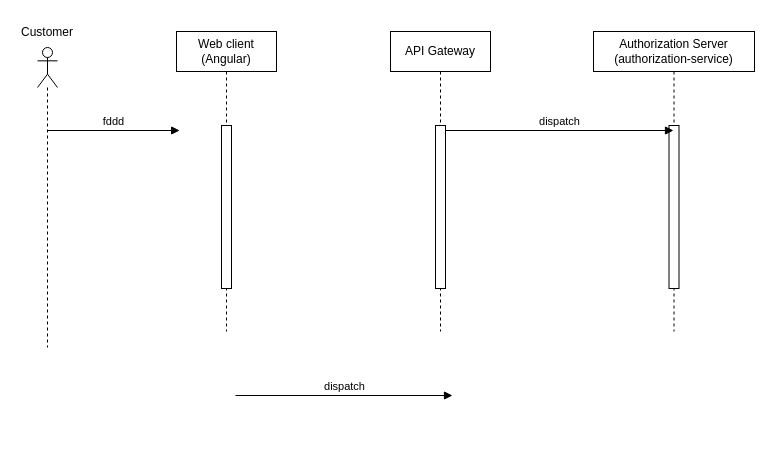
Above: page "authentication-sequence-diagram" (1 of 4) of docs/diagrams/app-diagrams.drawio in inkwell-store/inkwell-store (draw.io), before the change. Source tidied: cells renumbered, new cells numbered last; positions are measured from the earlier drawing's top-left corner, leaving out a move shared by most shapes. Both pictures are drawn from the tidied source at 100%, with x=0, y=0 at pixel (17, 17).
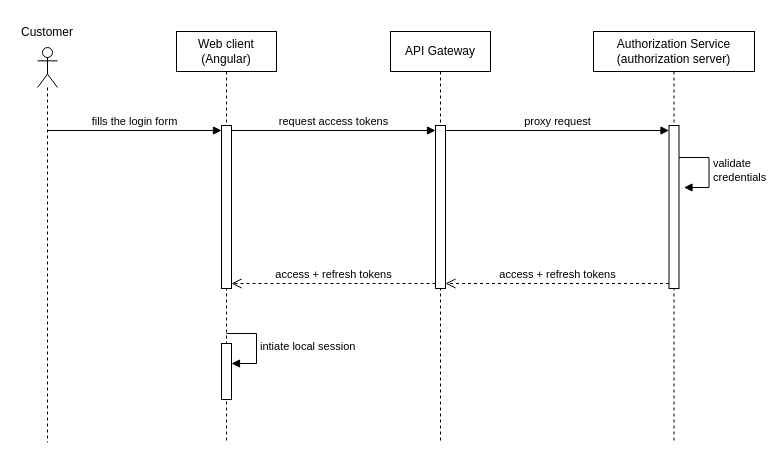
The same page after the edit.

Unchanged cells that the change refers to:
```xml
<mxCell id="4" style="html=1;points=[[0,0,0,0,5],[0,1,0,0,-5],[1,0,0,0,5],[1,1,0,0,-5]];perimeter=orthogonalPerimeter;outlineConnect=0;targetShapes=umlLifeline;portConstraint=eastwest;newEdgeStyle={&quot;curved&quot;:0,&quot;rounded&quot;:0};" parent="3" vertex="1">
  <mxGeometry x="45" y="94" width="10" height="163" as="geometry" />
</mxCell>
<mxCell id="6" style="html=1;points=[[0,0,0,0,5],[0,1,0,0,-5],[1,0,0,0,5],[1,1,0,0,-5]];perimeter=orthogonalPerimeter;outlineConnect=0;targetShapes=umlLifeline;portConstraint=eastwest;newEdgeStyle={&quot;curved&quot;:0,&quot;rounded&quot;:0};" parent="5" vertex="1">
  <mxGeometry x="45" y="94" width="10" height="163" as="geometry" />
</mxCell>
<mxCell id="8" style="html=1;points=[[0,0,0,0,5],[0,1,0,0,-5],[1,0,0,0,5],[1,1,0,0,-5]];perimeter=orthogonalPerimeter;outlineConnect=0;targetShapes=umlLifeline;portConstraint=eastwest;newEdgeStyle={&quot;curved&quot;:0,&quot;rounded&quot;:0};" parent="7" vertex="1">
  <mxGeometry x="75.5" y="94" width="10" height="163" as="geometry" />
</mxCell>
```

What changed in the source:
```diff
@@
     <mxCell id="2" style="shape=umlLifeline;perimeter=lifelinePerimeter;whiteSpace=wrap;html=1;outlineConnect=0;portConstraint=eastwest;newEdgeStyle={&quot;curved&quot;:0,&quot;rounded&quot;:0};participant=umlActor;" parent="1" vertex="1">
-      <mxGeometry x="20" y="30" width="20" height="300" as="geometry" />
+      <mxGeometry x="20" y="30" width="20" height="395" as="geometry" />
     </mxCell>
     <mxCell id="3" value="Web&lt;span style=&quot;background-color: transparent; color: light-dark(rgb(0, 0, 0), rgb(255, 255, 255));&quot;&gt;&amp;nbsp;client&lt;/span&gt;&lt;div&gt;(Angular)&lt;/div&gt;" style="shape=umlLifeline;perimeter=lifelinePerimeter;whiteSpace=wrap;html=1;newEdgeStyle={&quot;curved&quot;:0,&quot;rounded&quot;:0};" parent="1" vertex="1">
-      <mxGeometry x="159" y="14" width="100" height="300" as="geometry" />
+      <mxGeometry x="159" y="14" width="100" height="411" as="geometry" />
     </mxCell>
@@
+    <mxCell id="13" style="html=1;perimeter=orthogonalPerimeter;targetShapes=umlLifeline;newEdgeStyle={&quot;curved&quot;:0,&quot;rounded&quot;:0};" parent="3" vertex="1">
+      <mxGeometry x="45" y="312" width="10" height="56" as="geometry" />
+    </mxCell>
+    <mxCell id="14" value="intiate local session" style="html=1;align=left;spacingLeft=2;endArrow=block;rounded=0;edgeStyle=orthogonalEdgeStyle;curved=0;rounded=0;" parent="3" edge="1">
+      <mxGeometry relative="1" as="geometry">
+        <mxPoint x="50" y="302" as="sourcePoint" />
+        <mxPoint x="55" y="332" as="targetPoint" />
+        <Array as="points">
+          <mxPoint x="80" y="332" />
+        </Array>
+      </mxGeometry>
+    </mxCell>
     <mxCell id="5" value="API Gateway" style="shape=umlLifeline;perimeter=lifelinePerimeter;whiteSpace=wrap;html=1;newEdgeStyle={&quot;curved&quot;:0,&quot;rounded&quot;:0};" parent="1" vertex="1">
-      <mxGeometry x="373" y="14" width="100" height="300" as="geometry" />
+      <mxGeometry x="373" y="14" width="100" height="411" as="geometry" />
     </mxCell>
@@
-    <mxCell id="7" value="Authorization Server&lt;br&gt;(authorization-service)" style="shape=umlLifeline;perimeter=lifelinePerimeter;whiteSpace=wrap;html=1;outlineConnect=0;portConstraint=eastwest;newEdgeStyle={&quot;curved&quot;:0,&quot;rounded&quot;:0};" parent="1" vertex="1">
-      <mxGeometry x="576" y="14" width="161" height="300" as="geometry" />
+    <mxCell id="7" value="Authorization Service&lt;br&gt;(authorization server)" style="shape=umlLifeline;perimeter=lifelinePerimeter;whiteSpace=wrap;html=1;outlineConnect=0;portConstraint=eastwest;newEdgeStyle={&quot;curved&quot;:0,&quot;rounded&quot;:0};" parent="1" vertex="1">
+      <mxGeometry x="576" y="14" width="161" height="411" as="geometry" />
     </mxCell>
@@
+    <mxCell id="15" value="validate&lt;br&gt;credentials" style="html=1;align=left;spacingLeft=2;endArrow=block;rounded=0;edgeStyle=orthogonalEdgeStyle;curved=0;rounded=0;" parent="7" edge="1">
+      <mxGeometry relative="1" as="geometry">
+        <mxPoint x="85.5" y="126" as="sourcePoint" />
+        <mxPoint x="90.5" y="156" as="targetPoint" />
+        <Array as="points">
+          <mxPoint x="115.5" y="156" />
+        </Array>
+      </mxGeometry>
+    </mxCell>
@@
-    <mxCell id="10" value="dispatch" style="html=1;verticalAlign=bottom;endArrow=block;curved=0;rounded=0;exitX=1;exitY=0;exitDx=0;exitDy=5;exitPerimeter=0;" parent="1" edge="1" source="6" target="7">
+    <mxCell id="10" value="proxy request" style="html=1;verticalAlign=bottom;endArrow=block;curved=0;rounded=0;exitX=1;exitY=0;exitDx=0;exitDy=5;exitPerimeter=0;entryX=0;entryY=0;entryDx=0;entryDy=5;entryPerimeter=0;" parent="1" edge="1" source="6" target="8">
       <mxGeometry relative="1" as="geometry" />
     </mxCell>
-    <mxCell id="11" value="fddd" style="html=1;verticalAlign=bottom;endArrow=block;curved=0;rounded=0;" parent="1" edge="1" source="2">
-      <mxGeometry relative="1" as="geometry">
-        <mxPoint x="162.2" y="113" as="targetPoint" />
-      </mxGeometry>
+    <mxCell id="11" value="fills the login form" style="html=1;verticalAlign=bottom;endArrow=block;curved=0;rounded=0;entryX=0;entryY=0;entryDx=0;entryDy=5;entryPerimeter=0;" parent="1" edge="1" source="2" target="4">
+      <mxGeometry relative="1" as="geometry" />
     </mxCell>
-    <mxCell id="12" value="dispatch" style="html=1;verticalAlign=bottom;endArrow=block;curved=0;rounded=0;exitX=1;exitY=0;exitDx=0;exitDy=5;exitPerimeter=0;" parent="1" edge="1">
-      <mxGeometry relative="1" as="geometry">
-        <mxPoint x="218" y="378" as="sourcePoint" />
-        <mxPoint x="435" y="378" as="targetPoint" />
-      </mxGeometry>
+    <mxCell id="12" value="request access tokens" style="html=1;verticalAlign=bottom;endArrow=block;curved=0;rounded=0;exitX=1;exitY=0;exitDx=0;exitDy=5;exitPerimeter=0;" parent="1" edge="1" source="4" target="6">
+      <mxGeometry relative="1" as="geometry" />
     </mxCell>
+    <mxCell id="16" value="access + refresh tokens" style="html=1;verticalAlign=bottom;endArrow=open;dashed=1;endSize=8;curved=0;rounded=0;entryX=1;entryY=1;entryDx=0;entryDy=-5;entryPerimeter=0;exitX=0;exitY=1;exitDx=0;exitDy=-5;exitPerimeter=0;" parent="1" edge="1" source="8" target="6">
+      <mxGeometry relative="1" as="geometry" />
+    </mxCell>
+    <mxCell id="17" value="access + refresh tokens" style="html=1;verticalAlign=bottom;endArrow=open;dashed=1;endSize=8;curved=0;rounded=0;entryX=1;entryY=1;entryDx=0;entryDy=-5;entryPerimeter=0;exitX=0;exitY=1;exitDx=0;exitDy=-5;exitPerimeter=0;" parent="1" edge="1" source="6" target="4">
+      <mxGeometry relative="1" as="geometry" />
+    </mxCell>
```
